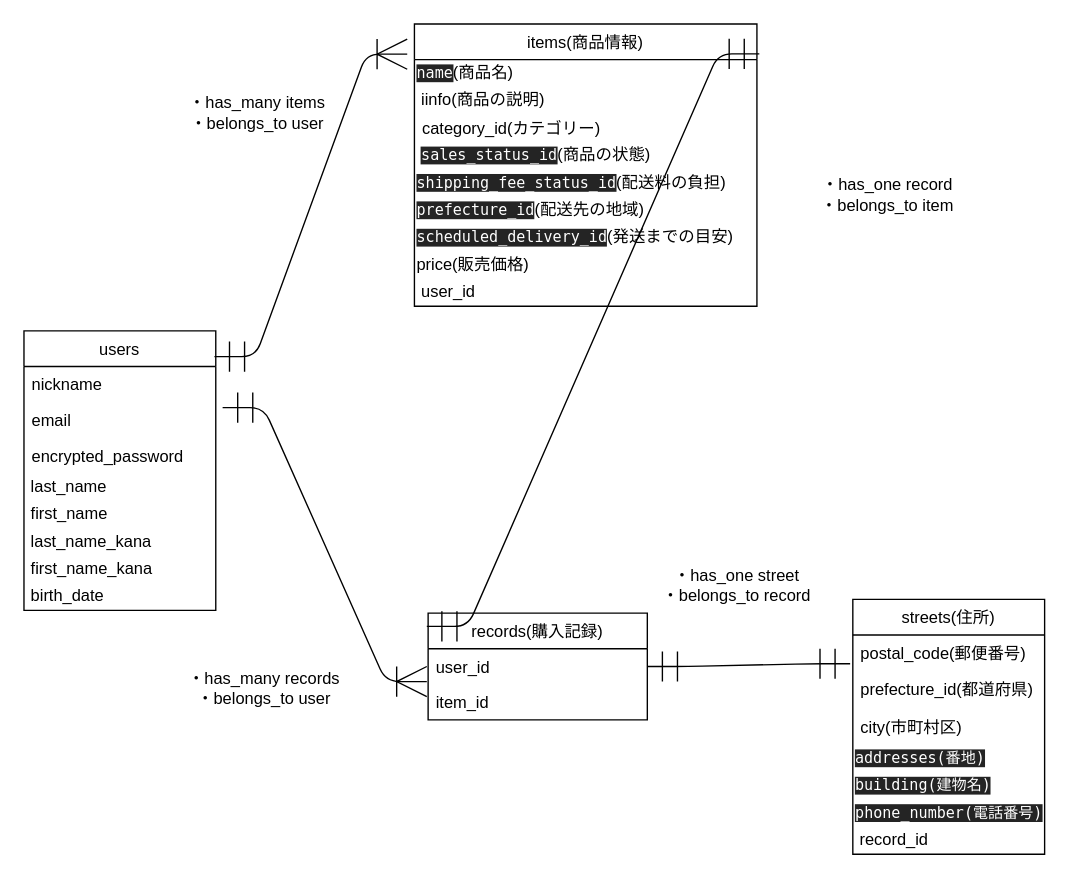
Earlier version of the draw.io diagram Draw.drawio (daikichi86/furima-28196). Source tidied: cells renumbered, new cells numbered last; positions are measured from the earlier drawing's top-left corner, leaving out a move shared by most shapes. Both pictures are drawn from the tidied source at 137%, with x=0, y=0 at pixel (23, 23).
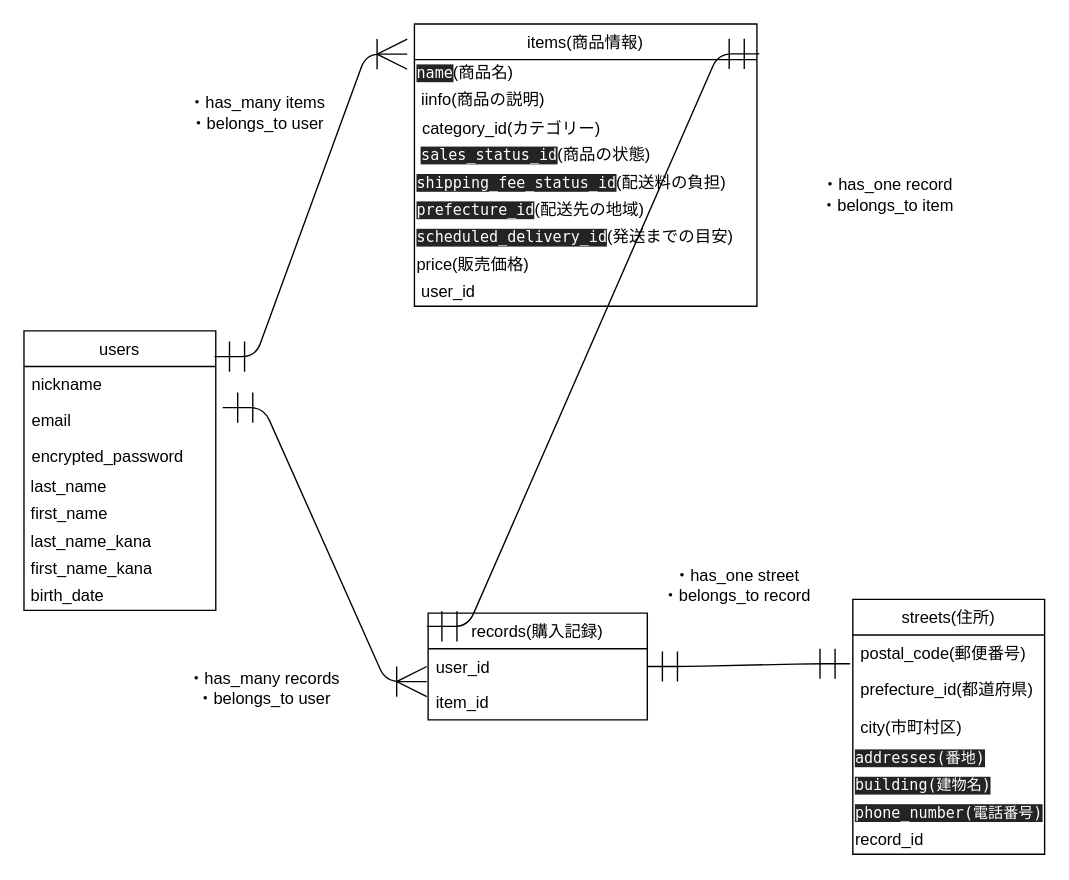
After the change.

The change refers to these unchanged cells:
```xml
<mxCell id="32" value="streets(住所)" style="swimlane;fontStyle=0;horizontal=1;startSize=26;fillColor=none;" parent="1" vertex="1">
  <mxGeometry x="605" y="420" width="140" height="186" as="geometry" />
</mxCell>
```

Change to the diagram source:
```diff
@@
-    <mxCell id="39" value="&amp;nbsp;record_id" style="text;html=1;align=left;verticalAlign=middle;" parent="32" vertex="1">
+    <mxCell id="39" value="record_id" style="text;html=1;align=left;verticalAlign=middle;" parent="32" vertex="1">
       <mxGeometry y="166" width="140" height="20" as="geometry" />
     </mxCell>
```
